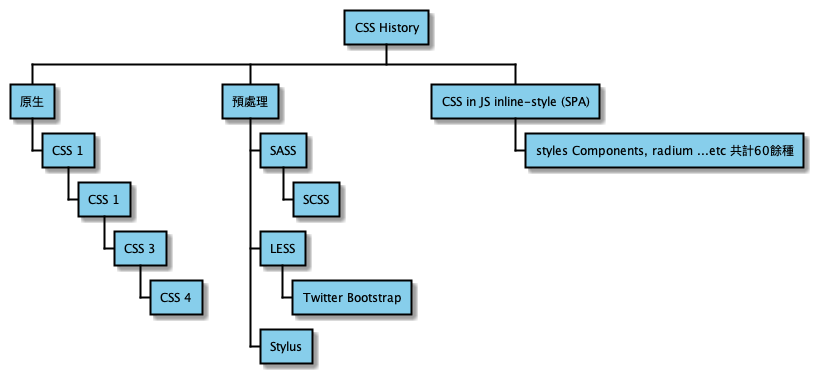
Before: out/UML/CSS-tech-history/CSS history.png, a diagram exported from PlantUML (pakerchang/study).
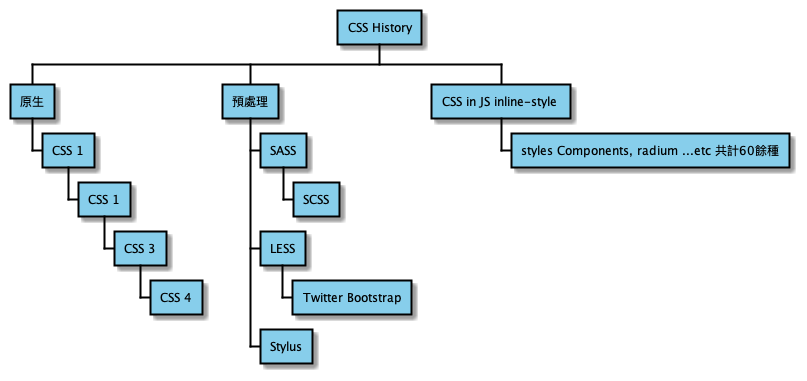
The same file after the commit.

Diff of the diagram source:
```diff
@@ -27,7 +27,7 @@
 
 
 
-** CSS in JS inline-style (SPA)
+** CSS in JS inline-style
 *** styles Components, radium ...etc 共計60餘種
 
 @endwbs
```
